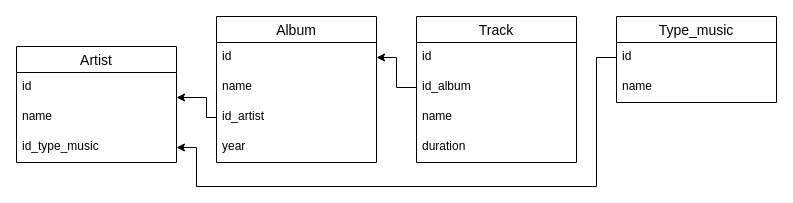
Earlier version of the draw.io diagram Untitled Diagram.drawio (07Mikhail/home_work_different_formats). Source tidied: cells renumbered, new cells numbered last; positions are measured from the earlier drawing's top-left corner, leaving out a move shared by most shapes. Both pictures are drawn from the tidied source at 100%, with x=0, y=0 at pixel (16, 16).
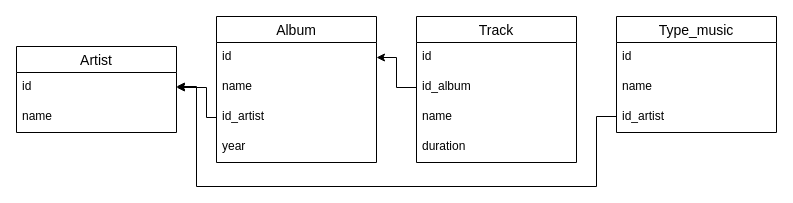
Above is the later version.

Unchanged cells that the change refers to:
```xml
<mxCell id="3" value="id" style="text;strokeColor=none;fillColor=none;spacingLeft=4;spacingRight=4;overflow=hidden;points=[[0,0.5],[1,0.5]];portConstraint=eastwest;fontSize=12;" parent="2" vertex="1">
  <mxGeometry y="26" width="160" height="30" as="geometry" />
</mxCell>
<mxCell id="9" value="id_artist" style="text;strokeColor=none;fillColor=none;spacingLeft=4;spacingRight=4;overflow=hidden;points=[[0,0.5],[1,0.5]];portConstraint=eastwest;fontSize=12;" parent="6" vertex="1">
  <mxGeometry y="86" width="160" height="30" as="geometry" />
</mxCell>
<mxCell id="17" value="id" style="text;strokeColor=none;fillColor=none;spacingLeft=4;spacingRight=4;overflow=hidden;points=[[0,0.5],[1,0.5]];portConstraint=eastwest;fontSize=12;" parent="16" vertex="1">
  <mxGeometry y="26" width="160" height="30" as="geometry" />
</mxCell>
```

Diff of the diagram source:
```diff
@@
     <mxCell id="2" value="Artist" style="swimlane;fontStyle=0;horizontal=1;startSize=26;align=center;fontSize=14;" parent="1" vertex="1">
-      <mxGeometry y="30" width="160" height="116" as="geometry" />
+      <mxGeometry y="30" width="160" height="86" as="geometry" />
     </mxCell>
@@
-    <mxCell id="5" value="id_type_music" style="text;strokeColor=none;fillColor=none;spacingLeft=4;spacingRight=4;overflow=hidden;points=[[0,0.5],[1,0.5]];portConstraint=eastwest;fontSize=12;" parent="2" vertex="1">
-      <mxGeometry y="86" width="160" height="30" as="geometry" />
-    </mxCell>
@@
     <mxCell id="16" value="Type_music" style="swimlane;fontStyle=0;horizontal=1;startSize=26;align=center;fontSize=14;" parent="1" vertex="1">
-      <mxGeometry x="600" width="160" height="86" as="geometry" />
+      <mxGeometry x="600" width="160" height="116" as="geometry" />
     </mxCell>
@@
+    <mxCell id="22" value="id_artist" style="text;strokeColor=none;fillColor=none;spacingLeft=4;spacingRight=4;overflow=hidden;fontSize=12;" parent="16" vertex="1">
+      <mxGeometry y="86" width="160" height="30" as="geometry" />
+    </mxCell>
-    <mxCell id="19" style="edgeStyle=orthogonalEdgeStyle;rounded=0;jettySize=auto;html=1;exitX=0;exitY=0.5;exitDx=0;exitDy=0;" parent="1" edge="1" source="9" target="3">
+    <mxCell id="19" style="edgeStyle=orthogonalEdgeStyle;rounded=0;jettySize=auto;html=1;exitX=0;exitY=0.5;exitDx=0;exitDy=0;" parent="1" edge="1" source="9">
       <mxGeometry relative="1" as="geometry">
+        <mxPoint x="160" y="71" as="targetPoint" />
         <Array as="points">
           <mxPoint x="190" y="101" />
-          <mxPoint x="190" y="81" />
+          <mxPoint x="190" y="71" />
         </Array>
       </mxGeometry>
     </mxCell>
@@
-    <mxCell id="21" style="edgeStyle=orthogonalEdgeStyle;rounded=0;jettySize=auto;html=1;exitX=0;exitY=0.5;exitDx=0;exitDy=0;entryX=1;entryY=0.5;entryDx=0;entryDy=0;" parent="1" edge="1" source="17" target="5">
+    <mxCell id="21" style="edgeStyle=orthogonalEdgeStyle;rounded=0;jettySize=auto;html=1;exitX=0;exitY=0.5;exitDx=0;exitDy=0;" parent="1" edge="1" source="17">
       <mxGeometry relative="1" as="geometry">
+        <mxPoint x="160" y="70" as="targetPoint" />
         <Array as="points">
-          <mxPoint x="580" y="41" />
+          <mxPoint x="600" y="100" />
+          <mxPoint x="580" y="100" />
           <mxPoint x="580" y="170" />
           <mxPoint x="180" y="170" />
-          <mxPoint x="180" y="131" />
+          <mxPoint x="180" y="70" />
+          <mxPoint x="160" y="70" />
         </Array>
       </mxGeometry>
     </mxCell>
```
